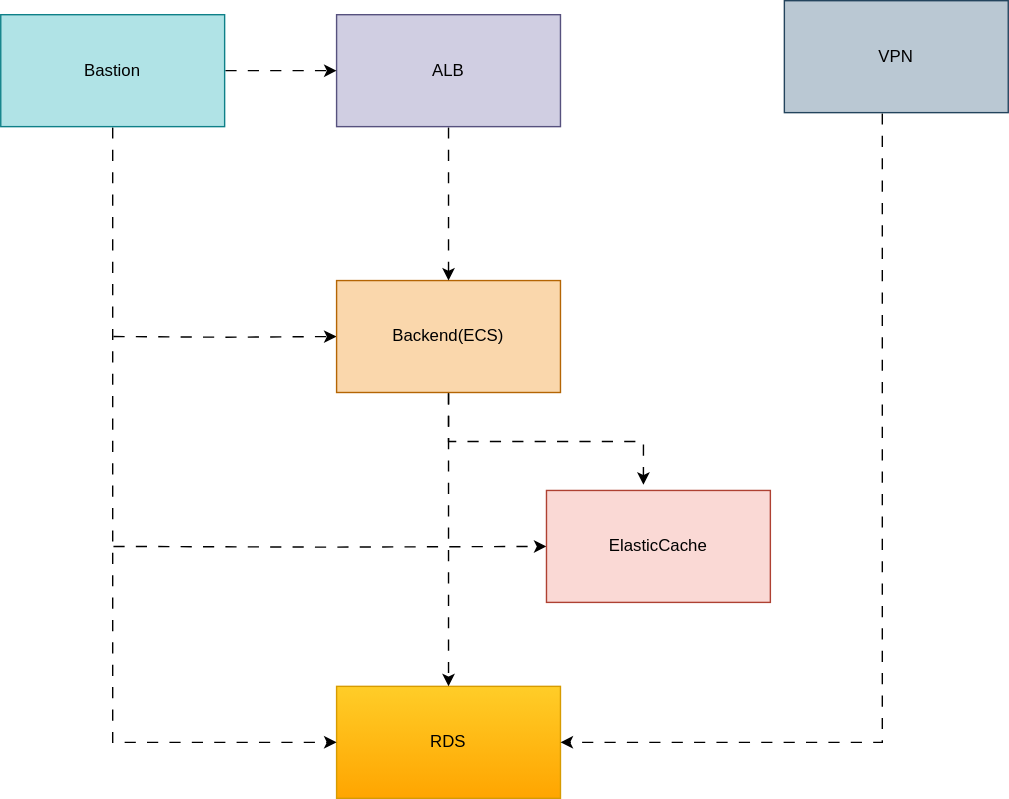
Earlier version of the draw.io export sg-rules-ecs.svg (konka-devops-lab/serverless-infra-stack). Source tidied: cells renumbered, new cells last; positions are measured from the earlier drawing's top-left corner, leaving out a move shared by most shapes.
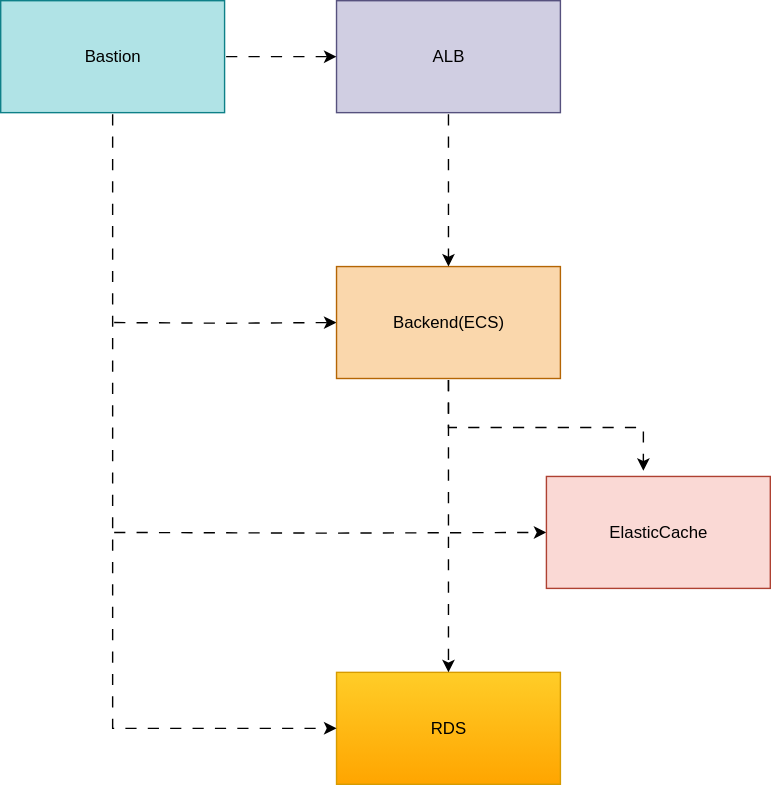
Later version of the same file.

Diff of the diagram source:
```diff
@@ -43,16 +43,6 @@
     <mxCell id="12" value="Bastion" style="rounded=0;whiteSpace=wrap;html=1;fillColor=#b0e3e6;strokeColor=#0e8088;" parent="1" vertex="1">
       <mxGeometry y="10" width="160" height="80" as="geometry" />
     </mxCell>
-    <mxCell id="13" style="edgeStyle=orthogonalEdgeStyle;rounded=0;jettySize=auto;html=1;entryX=1;entryY=0.5;entryDx=0;entryDy=0;flowAnimation=1;" parent="1" edge="1" source="14" target="4">
-      <mxGeometry relative="1" as="geometry">
-        <Array as="points">
-          <mxPoint x="630" y="530" />
-        </Array>
-      </mxGeometry>
-    </mxCell>
-    <mxCell id="14" value="VPN" style="rounded=0;whiteSpace=wrap;html=1;fillColor=#bac8d3;strokeColor=#23445d;" parent="1" vertex="1">
-      <mxGeometry x="560" width="160" height="80" as="geometry" />
-    </mxCell>
     <mxCell id="15" style="edgeStyle=orthogonalEdgeStyle;rounded=0;jettySize=auto;html=1;entryX=0.433;entryY=-0.05;entryDx=0;entryDy=0;entryPerimeter=0;flowAnimation=1;" parent="1" edge="1" source="7" target="3">
       <mxGeometry relative="1" as="geometry" />
     </mxCell>
```
